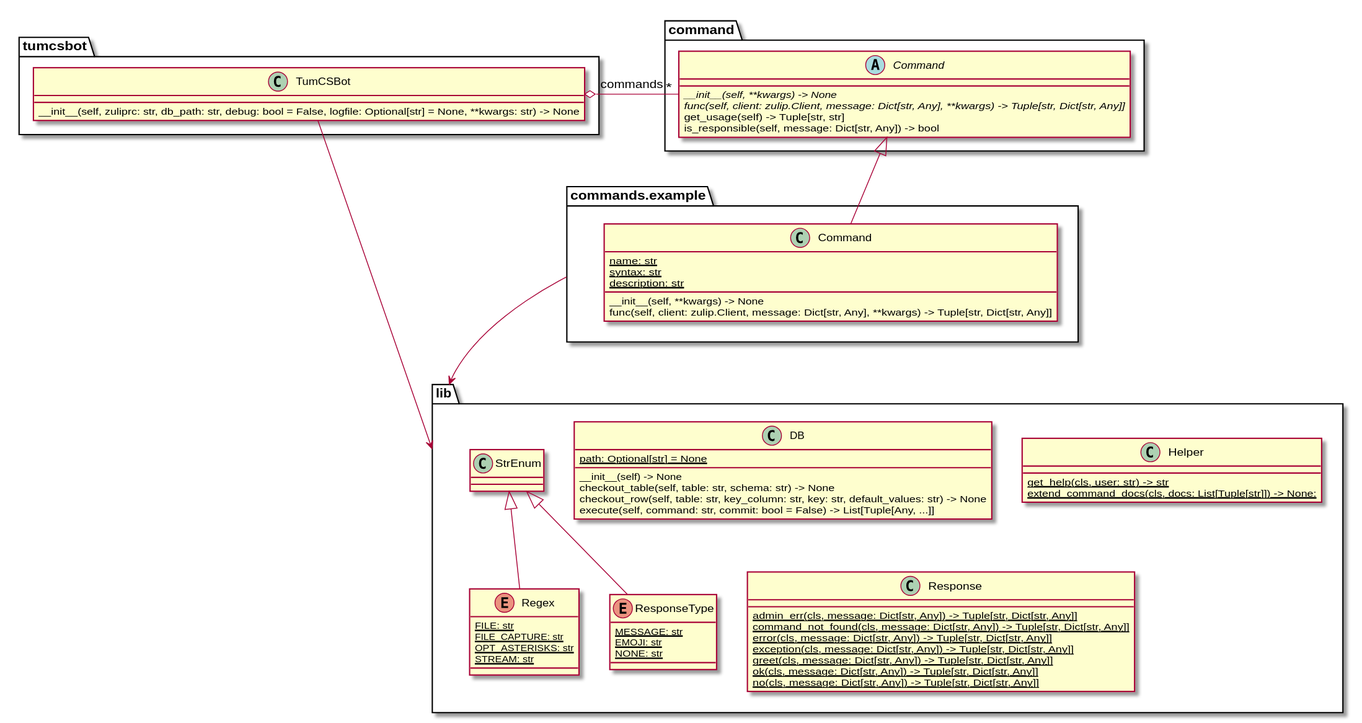
Earlier version of the PlantUML export class_diagram.svg (ro-i/tumcsbot). The source it was exported from:
```plantuml
@startuml

class tumcsbot.TumCSBot {
    __init__(self, zuliprc: str, db_path: str, debug: bool = False, logfile: Optional[str] = None, **kwargs: str) -> None
}

class commands.example.Command extends command.Command {
{static} name: str
{static} syntax: str
{static} description: str
__init__(self, **kwargs) -> None
func(self, client: zulip.Client, message: Dict[str, Any], **kwargs) -> Tuple[str, Dict[str, Any]]
}

abstract class command.Command {
{abstract} __init__(self, **kwargs) -> None
{abstract} func(self, client: zulip.Client, message: Dict[str, Any], **kwargs) -> Tuple[str, Dict[str, Any]]
get_usage(self) -> Tuple[str, str]
is_responsible(self, message: Dict[str, Any]) -> bool
}

class lib.StrEnum

class lib.DB {
{static} path: Optional[str] = None
__init__(self) -> None
checkout_table(self, table: str, schema: str) -> None
checkout_row(self, table: str, key_column: str, key: str, default_values: str) -> None
execute(self, command: str, commit: bool = False) -> List[Tuple[Any, ...]]
}

class lib.Helper {
{static} get_help(cls, user: str) -> str
{static} extend_command_docs(cls, docs: List[Tuple[str]]) -> None:
}

class lib.Response {
{static} admin_err(cls, message: Dict[str, Any]) -> Tuple[str, Dict[str, Any]]
{static} command_not_found(cls, message: Dict[str, Any]) -> Tuple[str, Dict[str, Any]]
{static} error(cls, message: Dict[str, Any]) -> Tuple[str, Dict[str, Any]]
{static} exception(cls, message: Dict[str, Any]) -> Tuple[str, Dict[str, Any]]
{static} greet(cls, message: Dict[str, Any]) -> Tuple[str, Dict[str, Any]]
{static} ok(cls, message: Dict[str, Any]) -> Tuple[str, Dict[str, Any]]
{static} no(cls, message: Dict[str, Any]) -> Tuple[str, Dict[str, Any]]
}

enum lib.Regex extends lib.StrEnum {
{static} FILE: str
{static} FILE_CAPTURE: str
{static} OPT_ASTERISKS: str
{static} STREAM: str
}

enum lib.ResponseType extends lib.StrEnum {
{static} MESSAGE: str
{static} EMOJI: str
{static} NONE: str
}

tumcsbot.TumCSBot o- "*" command.Command  : commands
tumcsbot.TumCSBot -down-> lib
commands.example -down-> lib

@enduml
```
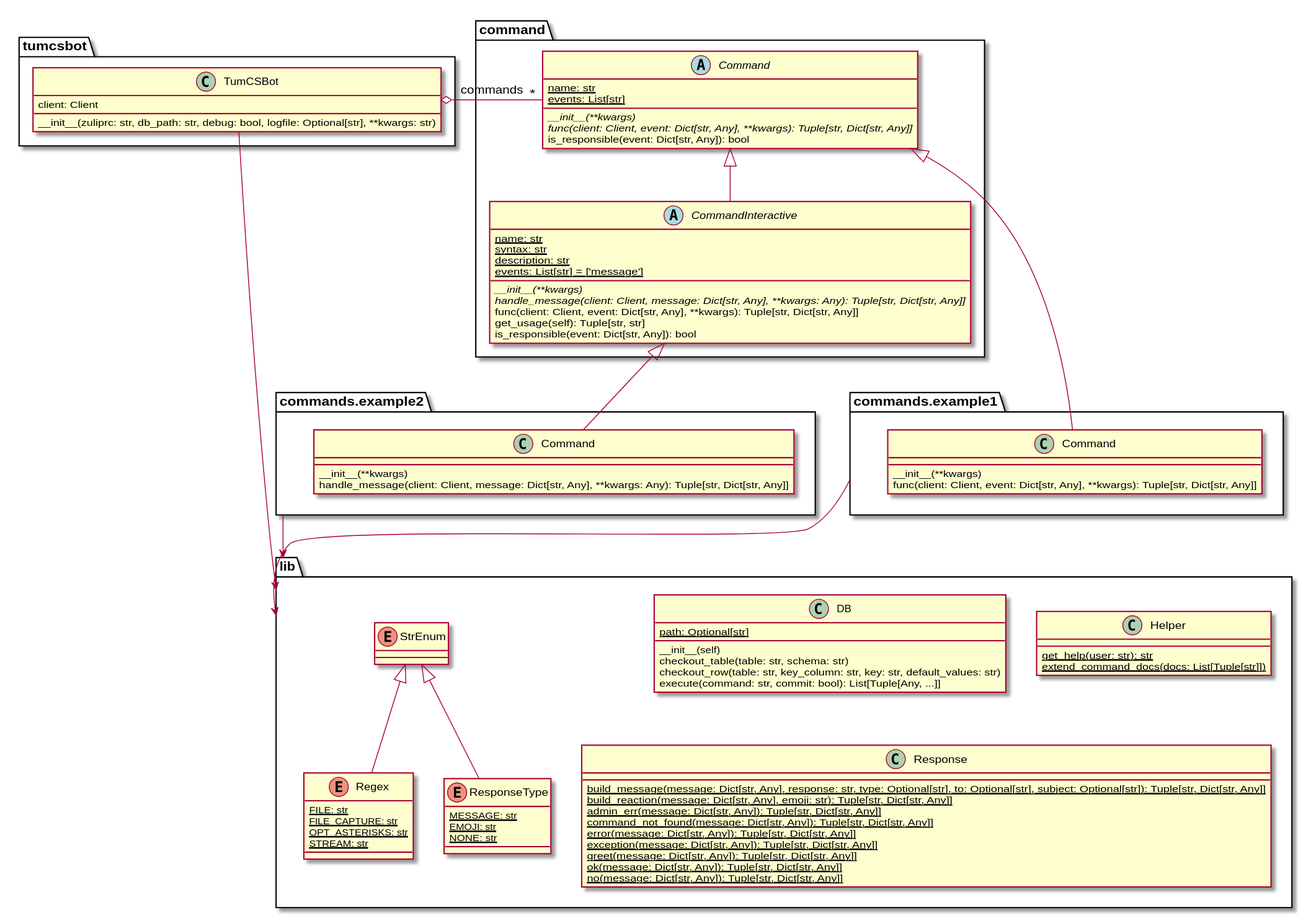
The same diagram one commit later.

Diff of the diagram source:
```diff
@@ -1,47 +1,65 @@
 @startuml
 
 class tumcsbot.TumCSBot {
-    __init__(self, zuliprc: str, db_path: str, debug: bool = False, logfile: Optional[str] = None, **kwargs: str) -> None
+client: Client
+__init__(zuliprc: str, db_path: str, debug: bool, logfile: Optional[str], **kwargs: str)
 }
 
-class commands.example.Command extends command.Command {
+class commands.example1.Command extends command.Command {
+__init__(**kwargs)
+func(client: Client, event: Dict[str, Any], **kwargs): Tuple[str, Dict[str, Any]]
+}
+
+class commands.example2.Command extends command.CommandInteractive {
+__init__(**kwargs)
+handle_message(client: Client, message: Dict[str, Any], **kwargs: Any): Tuple[str, Dict[str, Any]]
+}
+
+abstract class command.Command {
+{static} name: str
+{static} events: List[str]
+{abstract} __init__(**kwargs)
+{abstract} func(client: Client, event: Dict[str, Any], **kwargs): Tuple[str, Dict[str, Any]]
+is_responsible(event: Dict[str, Any]): bool
+}
+
+abstract class command.CommandInteractive extends command.Command {
 {static} name: str
 {static} syntax: str
 {static} description: str
-__init__(self, **kwargs) -> None
-func(self, client: zulip.Client, message: Dict[str, Any], **kwargs) -> Tuple[str, Dict[str, Any]]
+{static} events: List[str] = ['message']
+{abstract} __init__(**kwargs)
+{abstract} handle_message(client: Client,  message: Dict[str, Any], **kwargs: Any): Tuple[str, Dict[str, Any]]
+func(client: Client, event: Dict[str, Any], **kwargs): Tuple[str, Dict[str, Any]]
+get_usage(self): Tuple[str, str]
+is_responsible(event: Dict[str, Any]): bool
 }
 
-abstract class command.Command {
-{abstract} __init__(self, **kwargs) -> None
-{abstract} func(self, client: zulip.Client, message: Dict[str, Any], **kwargs) -> Tuple[str, Dict[str, Any]]
-get_usage(self) -> Tuple[str, str]
-is_responsible(self, message: Dict[str, Any]) -> bool
-}
-
-class lib.StrEnum
+enum lib.StrEnum
 
 class lib.DB {
-{static} path: Optional[str] = None
-__init__(self) -> None
-checkout_table(self, table: str, schema: str) -> None
-checkout_row(self, table: str, key_column: str, key: str, default_values: str) -> None
-execute(self, command: str, commit: bool = False) -> List[Tuple[Any, ...]]
+{static} path: Optional[str]
+__init__(self)
+checkout_table(table: str, schema: str)
+checkout_row(table: str, key_column: str, key: str, default_values: str)
+execute(command: str, commit: bool): List[Tuple[Any, ...]]
 }
 
 class lib.Helper {
-{static} get_help(cls, user: str) -> str
-{static} extend_command_docs(cls, docs: List[Tuple[str]]) -> None:
+{static} get_help(user: str): str
+{static} extend_command_docs(docs: List[Tuple[str]])
 }
 
 class lib.Response {
-{static} admin_err(cls, message: Dict[str, Any]) -> Tuple[str, Dict[str, Any]]
-{static} command_not_found(cls, message: Dict[str, Any]) -> Tuple[str, Dict[str, Any]]
-{static} error(cls, message: Dict[str, Any]) -> Tuple[str, Dict[str, Any]]
-{static} exception(cls, message: Dict[str, Any]) -> Tuple[str, Dict[str, Any]]
-{static} greet(cls, message: Dict[str, Any]) -> Tuple[str, Dict[str, Any]]
-{static} ok(cls, message: Dict[str, Any]) -> Tuple[str, Dict[str, Any]]
-{static} no(cls, message: Dict[str, Any]) -> Tuple[str, Dict[str, Any]]
+{static} build_message(message: Dict[str, Any], response: str, type: Optional[str], to: Optional[str], subject: Optional[str]): Tuple[str, Dict[str, Any]]
+{static} build_reaction(message: Dict[str, Any], emoji: str): Tuple[str, Dict[str, Any]]
+{static} admin_err(message: Dict[str, Any]): Tuple[str, Dict[str, Any]]
+{static} command_not_found(message: Dict[str, Any]): Tuple[str, Dict[str, Any]]
+{static} error(message: Dict[str, Any]): Tuple[str, Dict[str, Any]]
+{static} exception(message: Dict[str, Any]): Tuple[str, Dict[str, Any]]
+{static} greet(message: Dict[str, Any]): Tuple[str, Dict[str, Any]]
+{static} ok(message: Dict[str, Any]): Tuple[str, Dict[str, Any]]
+{static} no(message: Dict[str, Any]): Tuple[str, Dict[str, Any]]
 }
 
 enum lib.Regex extends lib.StrEnum {
@@ -59,6 +77,7 @@
 
 tumcsbot.TumCSBot o- "*" command.Command  : commands
 tumcsbot.TumCSBot -down-> lib
-commands.example -down-> lib
+commands.example1 -down-> lib
+commands.example2 -down-> lib
 
 @enduml
```
